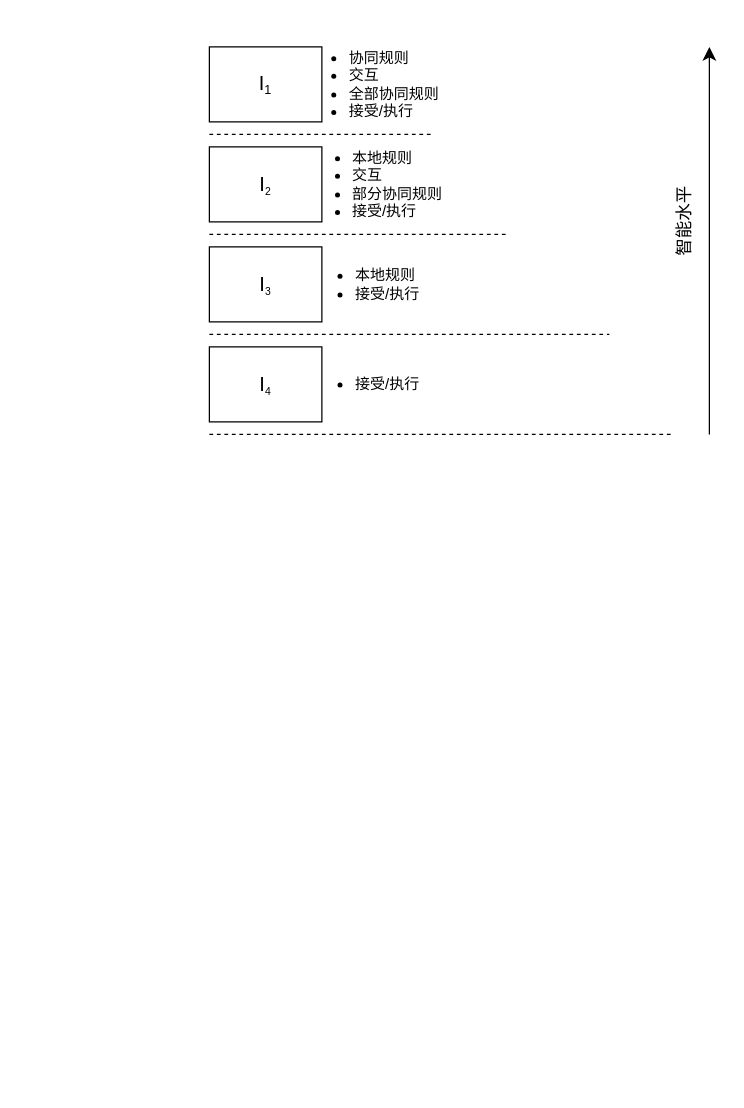
The draw.io diagram 卫星等级.drawio in gaoshuzhendanten/simlpe_game, before the edit. Source tidied: cells renumbered, new cells numbered last; positions are measured from the earlier drawing's top-left corner, leaving out a move shared by most shapes. Both pictures are drawn from the tidied source at 125%, with x=0, y=0 at pixel (209, 21).
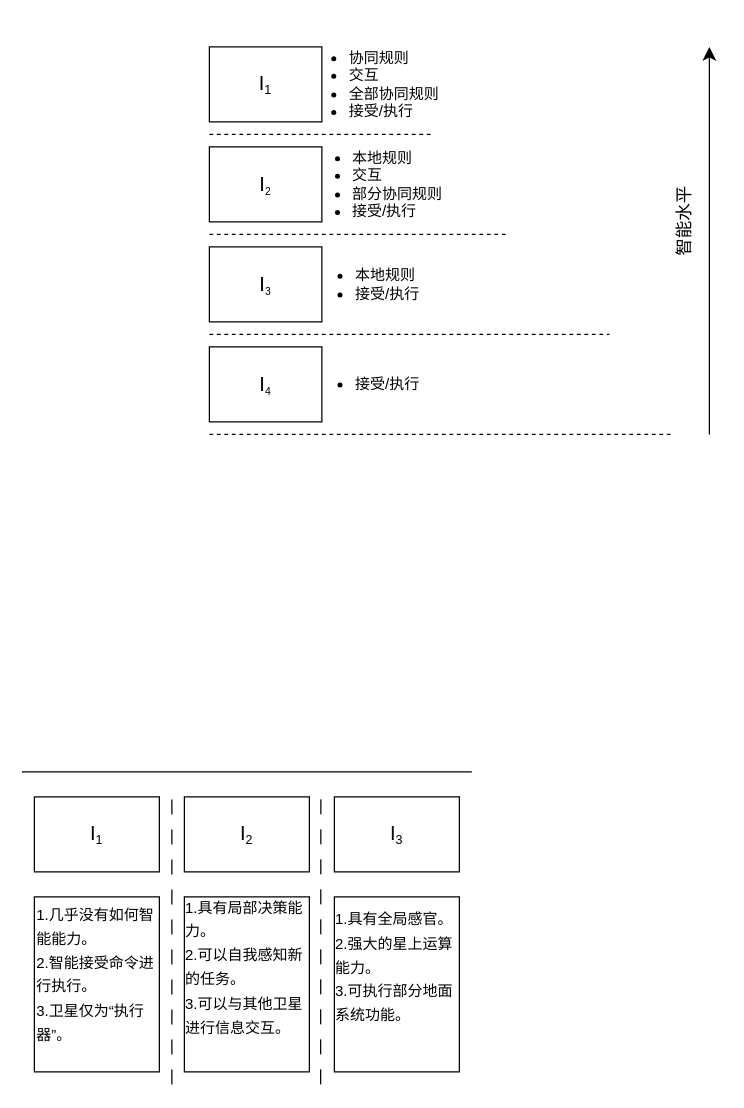
The same page after the edit.

Change to the diagram source:
```diff
@@
+    <mxCell id="16" value="&lt;font style=&quot;border-color: var(--border-color); font-size: 16px;&quot;&gt;I&lt;/font&gt;&lt;sub style=&quot;border-color: var(--border-color);&quot;&gt;1&lt;/sub&gt;" style="rounded=0;whiteSpace=wrap;html=1;" parent="1" vertex="1">
+      <mxGeometry x="-140" y="620" width="100" height="60" as="geometry" />
+    </mxCell>
+    <mxCell id="17" value="&lt;font style=&quot;border-color: var(--border-color); font-size: 16px;&quot;&gt;I&lt;/font&gt;&lt;sub style=&quot;border-color: var(--border-color);&quot;&gt;2&lt;/sub&gt;" style="rounded=0;whiteSpace=wrap;html=1;" parent="1" vertex="1">
+      <mxGeometry x="-20" y="620" width="100" height="60" as="geometry" />
+    </mxCell>
+    <mxCell id="18" value="&lt;font style=&quot;border-color: var(--border-color); font-size: 16px;&quot;&gt;I&lt;/font&gt;&lt;sub style=&quot;border-color: var(--border-color);&quot;&gt;3&lt;/sub&gt;" style="rounded=0;whiteSpace=wrap;html=1;" parent="1" vertex="1">
+      <mxGeometry x="100" y="620" width="100" height="60" as="geometry" />
+    </mxCell>
+    <mxCell id="19" style="endArrow=none;html=1;rounded=0;" parent="1" edge="1">
+      <mxGeometry relative="1" as="geometry">
+        <mxPoint x="-150" y="600" as="sourcePoint" />
+        <mxPoint x="210" y="600" as="targetPoint" />
+      </mxGeometry>
+    </mxCell>
+    <mxCell id="20" style="endArrow=none;dashed=1;html=1;strokeWidth=1;rounded=0;dashPattern=12 12;" parent="1" edge="1">
+      <mxGeometry relative="1" as="geometry">
+        <mxPoint x="-30" y="850" as="sourcePoint" />
+        <mxPoint x="-30" y="620" as="targetPoint" />
+      </mxGeometry>
+    </mxCell>
+    <mxCell id="21" style="endArrow=none;dashed=1;html=1;strokeWidth=1;rounded=0;dashPattern=12 12;" parent="1" edge="1">
+      <mxGeometry relative="1" as="geometry">
+        <mxPoint x="89" y="850" as="sourcePoint" />
+        <mxPoint x="89.2" y="620" as="targetPoint" />
+      </mxGeometry>
+    </mxCell>
+    <mxCell id="22" value="&lt;p style=&quot;border-color: var(--border-color); orphans: 2; text-indent: 0px; widows: 2; background-color: rgb(251, 251, 251); text-decoration-thickness: initial; text-decoration-style: initial; text-decoration-color: initial;&quot;&gt;&lt;/p&gt;&lt;div style=&quot;line-height: 160%;&quot;&gt;&lt;span style=&quot;background-color: initial;&quot;&gt;1.几乎没有如何智能能力。&lt;/span&gt;&lt;br&gt;&lt;/div&gt;&lt;span style=&quot;color: rgb(0, 0, 0); font-size: 12px; font-style: normal; font-variant-ligatures: normal; font-variant-caps: normal; font-weight: 400; letter-spacing: normal; text-transform: none; word-spacing: 0px; -webkit-text-stroke-width: 0px; border-color: var(--border-color); background-color: initial;&quot;&gt;&lt;div style=&quot;line-height: 160%;&quot;&gt;&lt;span style=&quot;background-color: initial;&quot;&gt;2.智能接受命令进行执行。&lt;/span&gt;&lt;/div&gt;&lt;/span&gt;&lt;span style=&quot;color: rgb(0, 0, 0); font-size: 12px; font-style: normal; font-variant-ligatures: normal; font-variant-caps: normal; font-weight: 400; letter-spacing: normal; text-transform: none; word-spacing: 0px; -webkit-text-stroke-width: 0px; border-color: var(--border-color); background-color: initial;&quot;&gt;&lt;div style=&quot;line-height: 160%;&quot;&gt;&lt;span style=&quot;background-color: initial;&quot;&gt;3.卫星仅为“执行器”。&lt;/span&gt;&lt;/div&gt;&lt;/span&gt;&lt;p&gt;&lt;/p&gt;&lt;div style=&quot;&quot;&gt;&lt;br&gt;&lt;/div&gt;" style="rounded=0;whiteSpace=wrap;html=1;align=left;" parent="1" vertex="1">
+      <mxGeometry x="-140" y="700" width="100" height="140" as="geometry" />
+    </mxCell>
+    <mxCell id="23" value="&lt;div style=&quot;text-align: left; border-color: var(--border-color); line-height: 19.2px;&quot;&gt;1.具有局部决策能力。&lt;br style=&quot;border-color: var(--border-color);&quot;&gt;&lt;/div&gt;&lt;span style=&quot;border-color: var(--border-color); background-color: initial;&quot;&gt;&lt;div style=&quot;text-align: left; border-color: var(--border-color); line-height: 19.2px;&quot;&gt;&lt;span style=&quot;border-color: var(--border-color); background-color: initial;&quot;&gt;2.可以自我感知新的任务。&lt;/span&gt;&lt;/div&gt;&lt;/span&gt;&lt;span style=&quot;border-color: var(--border-color); background-color: initial;&quot;&gt;&lt;div style=&quot;text-align: left; border-color: var(--border-color); line-height: 19.2px;&quot;&gt;&lt;span style=&quot;border-color: var(--border-color); background-color: initial;&quot;&gt;3.可以与其他卫星进行信息交互。&lt;/span&gt;&lt;/div&gt;&lt;/span&gt;&lt;p style=&quot;border-color: var(--border-color);&quot;&gt;&lt;/p&gt;&lt;div style=&quot;border-color: var(--border-color);&quot;&gt;&lt;br style=&quot;border-color: var(--border-color); text-align: left;&quot;&gt;&lt;/div&gt;" style="rounded=0;whiteSpace=wrap;html=1;" parent="1" vertex="1">
+      <mxGeometry x="-20" y="700" width="100" height="140" as="geometry" />
+    </mxCell>
+    <mxCell id="24" value="&lt;div style=&quot;text-align: left; border-color: var(--border-color); line-height: 19.2px;&quot;&gt;1.具有全局感官。&lt;br style=&quot;border-color: var(--border-color);&quot;&gt;&lt;/div&gt;&lt;span style=&quot;border-color: var(--border-color); background-color: initial;&quot;&gt;&lt;div style=&quot;text-align: left; border-color: var(--border-color); line-height: 19.2px;&quot;&gt;&lt;span style=&quot;border-color: var(--border-color); background-color: initial;&quot;&gt;2.强大的星上运算能力。&lt;/span&gt;&lt;/div&gt;&lt;/span&gt;&lt;span style=&quot;border-color: var(--border-color); background-color: initial;&quot;&gt;&lt;div style=&quot;text-align: left; border-color: var(--border-color); line-height: 19.2px;&quot;&gt;&lt;span style=&quot;border-color: var(--border-color); background-color: initial;&quot;&gt;3.可执行部分地面系统功能。&lt;/span&gt;&lt;/div&gt;&lt;/span&gt;&lt;p style=&quot;border-color: var(--border-color);&quot;&gt;&lt;/p&gt;&lt;div style=&quot;border-color: var(--border-color);&quot;&gt;&lt;br style=&quot;border-color: var(--border-color); text-align: left;&quot;&gt;&lt;/div&gt;" style="rounded=0;whiteSpace=wrap;html=1;" parent="1" vertex="1">
+      <mxGeometry x="100" y="700" width="100" height="140" as="geometry" />
+    </mxCell>
```
